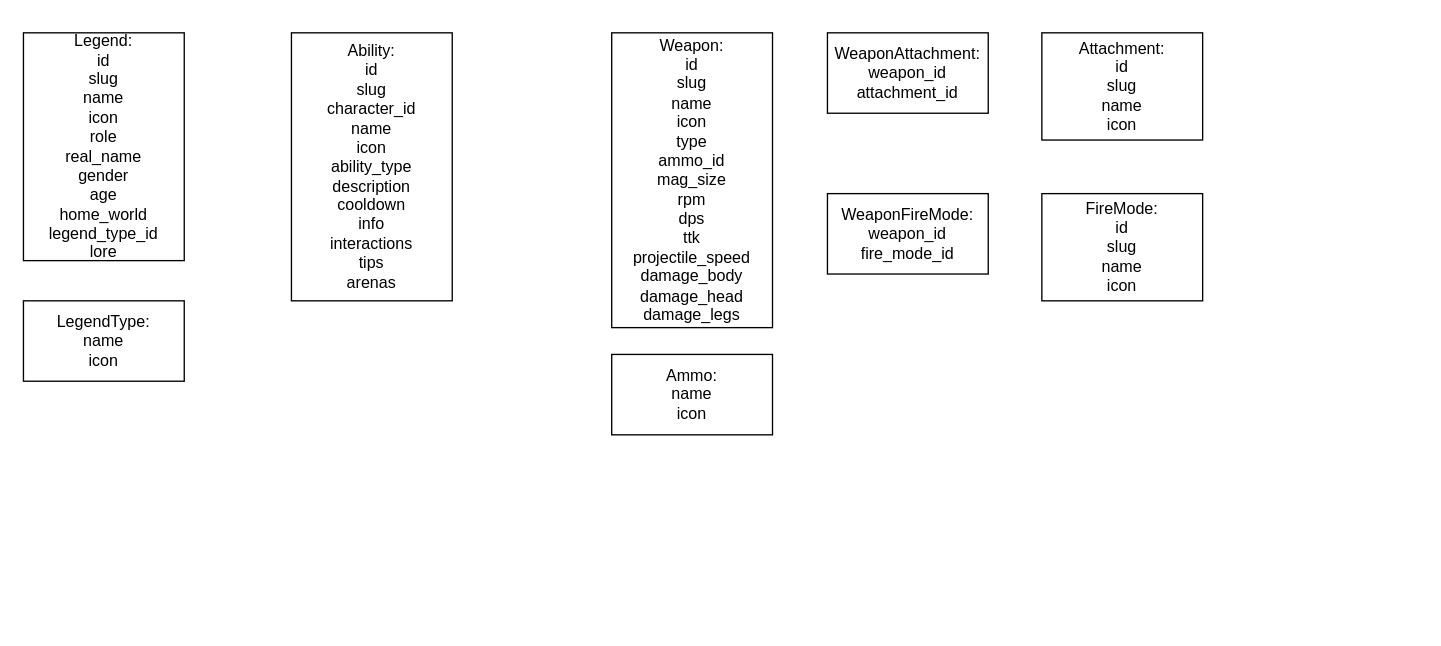
Above: docs/db_diagram_v1.0.drawio in mys1erious/apex-buff-backend (draw.io), before the change. Source tidied: cells renumbered, new cells numbered last; positions are measured from the earlier drawing's top-left corner, leaving out a move shared by most shapes. Both pictures are drawn from the tidied source at 134%, with x=0, y=0 at pixel (23, 32).
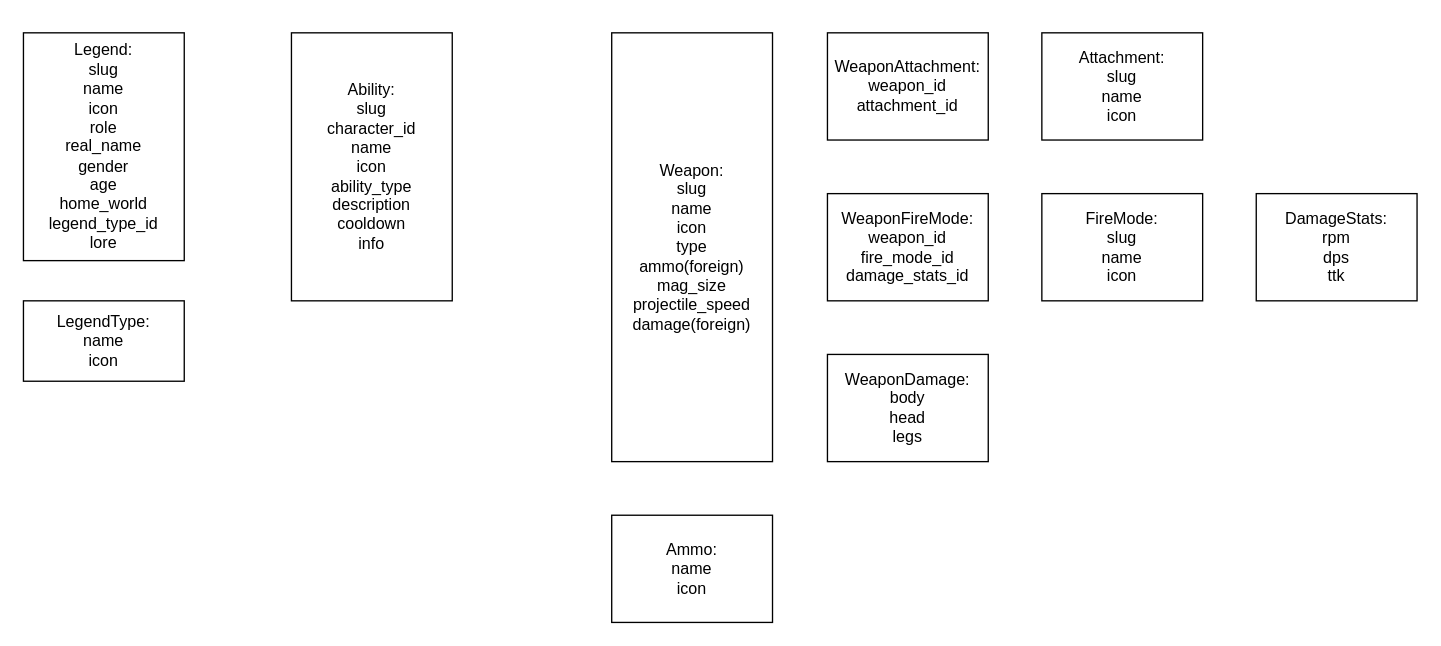
The same page after the edit.

The edit, as a diff of the source:
```diff
@@
 <mxGraphModel>
   <root>
     <mxCell id="0" />
     <mxCell id="1" parent="0" />
     <mxCell id="2" style="edgeStyle=orthogonalEdgeStyle;rounded=0;orthogonalLoop=1;jettySize=auto;html=1;exitX=0.5;exitY=0;exitDx=0;exitDy=0;exitPerimeter=0;entryX=0.5;entryY=0;entryDx=0;entryDy=0;" parent="1" edge="1" source="3" target="3">
       <mxGeometry relative="1" as="geometry" />
     </mxCell>
-    <mxCell id="3" value="Legend:&lt;br&gt;id&lt;br&gt;slug&lt;br&gt;name&lt;br&gt;icon&lt;br&gt;role&lt;br&gt;real_name&lt;br&gt;gender&lt;br&gt;age&lt;br&gt;home_world&lt;br&gt;legend_type_id&lt;br&gt;lore" style="rounded=0;whiteSpace=wrap;html=1;" parent="1" vertex="1">
+    <mxCell id="3" value="Legend:&lt;br&gt;slug&lt;br&gt;name&lt;br&gt;icon&lt;br&gt;role&lt;br&gt;real_name&lt;br&gt;gender&lt;br&gt;age&lt;br&gt;home_world&lt;br&gt;legend_type_id&lt;br&gt;lore" style="rounded=0;whiteSpace=wrap;html=1;" parent="1" vertex="1">
       <mxGeometry width="120" height="170" as="geometry" />
     </mxCell>
-    <mxCell id="4" value="Ability:&lt;br&gt;id&lt;br&gt;slug&lt;br&gt;character_id&lt;br&gt;name&lt;br&gt;icon&lt;br&gt;ability_type&lt;br&gt;description&lt;br&gt;cooldown&lt;br&gt;info&lt;br&gt;interactions&lt;br&gt;tips&lt;br&gt;arenas" style="rounded=0;whiteSpace=wrap;html=1;" parent="1" vertex="1">
+    <mxCell id="4" value="Ability:&lt;br&gt;slug&lt;br&gt;character_id&lt;br&gt;name&lt;br&gt;icon&lt;br&gt;ability_type&lt;br&gt;description&lt;br&gt;cooldown&lt;br&gt;info" style="rounded=0;whiteSpace=wrap;html=1;" parent="1" vertex="1">
       <mxGeometry x="200" width="120" height="200" as="geometry" />
     </mxCell>
-    <mxCell id="5" value="Weapon:&lt;br&gt;id&lt;br&gt;slug&lt;br&gt;name&lt;br&gt;icon&lt;br&gt;type&lt;br&gt;ammo_id&lt;br&gt;mag_size&lt;br&gt;rpm&lt;br&gt;dps&lt;br&gt;ttk&lt;br&gt;projectile_speed&lt;br&gt;damage_body&lt;br&gt;damage_head&lt;br&gt;damage_legs" style="rounded=0;whiteSpace=wrap;html=1;" parent="1" vertex="1">
-      <mxGeometry x="439" width="120" height="220" as="geometry" />
+    <mxCell id="5" value="Weapon:&lt;br&gt;slug&lt;br&gt;name&lt;br&gt;icon&lt;br&gt;type&lt;br&gt;ammo(foreign)&lt;br&gt;mag_size&lt;br&gt;projectile_speed&lt;br&gt;damage(foreign)" style="rounded=0;whiteSpace=wrap;html=1;" parent="1" vertex="1">
+      <mxGeometry x="439" width="120" height="320" as="geometry" />
     </mxCell>
     <mxCell id="6" value="LegendType:&lt;br&gt;name&lt;br&gt;icon" style="rounded=0;whiteSpace=wrap;html=1;" parent="1" vertex="1">
       <mxGeometry y="200" width="120" height="60" as="geometry" />
     </mxCell>
     <mxCell id="7" value="Ammo:&lt;br&gt;name&lt;br&gt;icon" style="rounded=0;whiteSpace=wrap;html=1;" parent="1" vertex="1">
-      <mxGeometry x="439" y="240" width="120" height="60" as="geometry" />
+      <mxGeometry x="439" y="360" width="120" height="80" as="geometry" />
     </mxCell>
-    <mxCell id="8" value="Attachment:&lt;br&gt;id&lt;br&gt;slug&lt;br&gt;name&lt;br&gt;icon" style="rounded=0;whiteSpace=wrap;html=1;" parent="1" vertex="1">
+    <mxCell id="8" value="Attachment:&lt;br&gt;slug&lt;br&gt;name&lt;br&gt;icon" style="rounded=0;whiteSpace=wrap;html=1;" parent="1" vertex="1">
       <mxGeometry x="760" width="120" height="80" as="geometry" />
     </mxCell>
     <mxCell id="9" value="WeaponAttachment:&lt;br&gt;weapon_id&lt;br&gt;attachment_id" style="rounded=0;whiteSpace=wrap;html=1;" parent="1" vertex="1">
-      <mxGeometry x="600" width="120" height="60" as="geometry" />
+      <mxGeometry x="600" width="120" height="80" as="geometry" />
     </mxCell>
-    <mxCell id="10" value="FireMode:&lt;br&gt;id&lt;br&gt;slug&lt;br&gt;name&lt;br&gt;icon" style="rounded=0;whiteSpace=wrap;html=1;" parent="1" vertex="1">
+    <mxCell id="10" value="FireMode:&lt;br&gt;slug&lt;br&gt;name&lt;br&gt;icon" style="rounded=0;whiteSpace=wrap;html=1;" parent="1" vertex="1">
       <mxGeometry x="760" y="120" width="120" height="80" as="geometry" />
     </mxCell>
-    <mxCell id="11" value="WeaponFireMode:&lt;br&gt;weapon_id&lt;br&gt;fire_mode_id" style="rounded=0;whiteSpace=wrap;html=1;" parent="1" vertex="1">
-      <mxGeometry x="600" y="120" width="120" height="60" as="geometry" />
+    <mxCell id="11" value="WeaponFireMode:&lt;br&gt;weapon_id&lt;br&gt;fire_mode_id&lt;br&gt;damage_stats_id" style="rounded=0;whiteSpace=wrap;html=1;" parent="1" vertex="1">
+      <mxGeometry x="600" y="120" width="120" height="80" as="geometry" />
     </mxCell>
+    <mxCell id="12" value="WeaponDamage:&lt;br&gt;body&lt;br&gt;head&lt;br&gt;legs" style="rounded=0;whiteSpace=wrap;html=1;" parent="1" vertex="1">
+      <mxGeometry x="600" y="240" width="120" height="80" as="geometry" />
+    </mxCell>
+    <mxCell id="13" value="DamageStats:&lt;br&gt;rpm&lt;br&gt;dps&lt;br&gt;ttk" style="rounded=0;whiteSpace=wrap;html=1;" parent="1" vertex="1">
+      <mxGeometry x="920" y="120" width="120" height="80" as="geometry" />
+    </mxCell>
   </root>
 </mxGraphModel>
```
